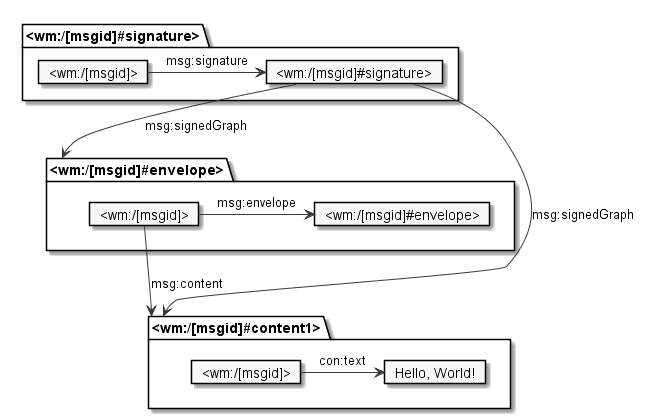
Before: documentation/protocol/img/message-structure-graphs.png, a diagram exported from PlantUML (researchstudio-sat/webofneeds). Source of this version:
```plantuml
@startuml
scale 1
skinparam monochrome true




package "<wm:/[msgid]#signature>" as sigp {
    card "<wm:/[msgid]>" as msgInSig
    card "<wm:/[msgid]#signature>" as sig
}

package "<wm:/[msgid]#envelope>" as envp {
    card "<wm:/[msgid]>" as msgInEnv
    card "<wm:/[msgid]#envelope>" as env
}

package "<wm:/[msgid]#content1>" as cntp {
    card "<wm:/[msgid]>" as msgInCnt
    card "Hello, World!" as text
}



msgInSig -right-> sig : "msg:signature"
msgInEnv -right-> env : "msg:envelope"
msgInEnv -down-> cntp : "msg:content"
msgInCnt -right-> text : "con:text"
sig -down-> envp : "msg:signedGraph"
sig -down-> cntp : "msg:signedGraph"


@enduml
```
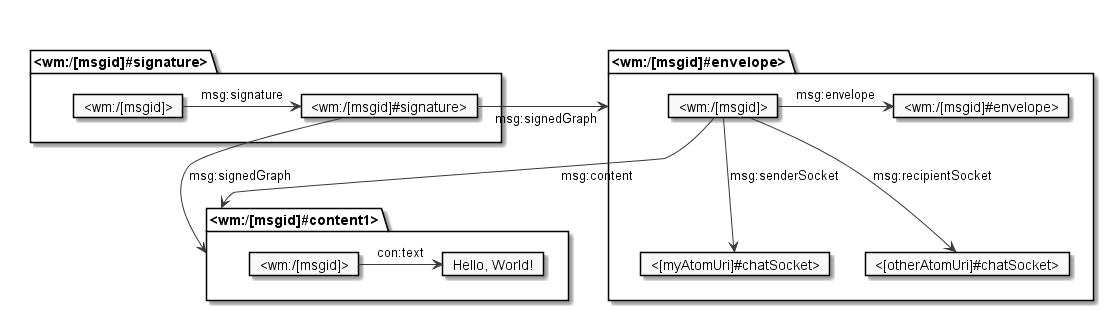
After the commit.

Diff of the diagram source:
```diff
@@ -13,6 +13,8 @@
 package "<wm:/[msgid]#envelope>" as envp {
     card "<wm:/[msgid]>" as msgInEnv
     card "<wm:/[msgid]#envelope>" as env
+    card "<[myAtomUri]#chatSocket>" as senderSocket
+    card "<[otherAtomUri]#chatSocket>" as recipientSocket
 }
 
 package "<wm:/[msgid]#content1>" as cntp {
@@ -25,9 +27,14 @@
 msgInSig -right-> sig : "msg:signature"
 msgInEnv -right-> env : "msg:envelope"
 msgInEnv -down-> cntp : "msg:content"
+msgInEnv -down-> senderSocket : "msg:senderSocket"
+msgInEnv -down-> recipientSocket: "msg:recipientSocket"
+
 msgInCnt -right-> text : "con:text"
-sig -down-> envp : "msg:signedGraph"
-sig -down-> cntp : "msg:signedGraph"
+sig -[norank]-> envp : "msg:signedGraph"
+sig -[norank]> cntp : "msg:signedGraph"
 
-
+sigp -[hidden]down-> cntp
+sigp -[hidden]left-> envp
+cntp -[hidden]left-> envp
 @enduml
```
